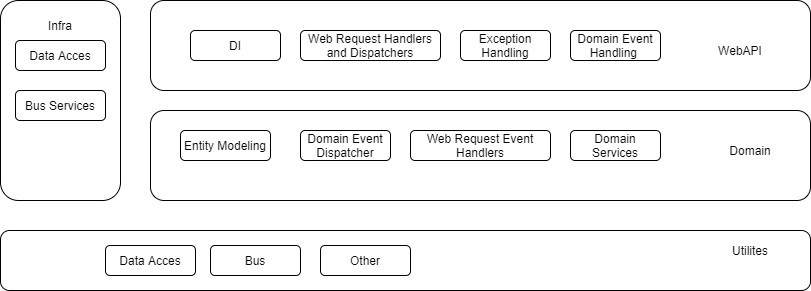
The draw.io diagram Solution Layers.png in mercadoeletronico/backend-challenge, before a commit. Source tidied: cells renumbered, new cells last; positions are measured from the earlier drawing's top-left corner, leaving out a move shared by most shapes. Its diagram source:
```xml
<mxGraphModel>
  <root>
    <mxCell id="0" />
    <mxCell id="1" parent="0" />
    <mxCell id="2" style="rounded=1;whiteSpace=wrap;html=1;" parent="1" vertex="1">
      <mxGeometry width="120" height="200" as="geometry" />
    </mxCell>
    <mxCell id="3" style="group;" parent="1" vertex="1">
      <mxGeometry x="150" width="660" height="90" as="geometry" />
    </mxCell>
    <mxCell id="4" style="rounded=1;whiteSpace=wrap;html=1;" parent="3" vertex="1">
      <mxGeometry width="660" height="90" as="geometry" />
    </mxCell>
    <mxCell id="5" value="WebAPI" style="text;html=1;strokeColor=none;fillColor=none;align=center;verticalAlign=middle;whiteSpace=wrap;rounded=0;" parent="3" vertex="1">
      <mxGeometry x="550" y="40" width="80" height="20" as="geometry" />
    </mxCell>
    <mxCell id="6" value="DI" style="rounded=1;whiteSpace=wrap;html=1;" parent="3" vertex="1">
      <mxGeometry x="40" y="30" width="90" height="30" as="geometry" />
    </mxCell>
    <mxCell id="7" value="Exception Handling" style="rounded=1;whiteSpace=wrap;html=1;" parent="3" vertex="1">
      <mxGeometry x="310" y="30" width="90" height="30" as="geometry" />
    </mxCell>
    <mxCell id="8" value="Web Request Handlers and Dispatchers" style="rounded=1;whiteSpace=wrap;html=1;" parent="3" vertex="1">
      <mxGeometry x="150" y="30" width="140" height="30" as="geometry" />
    </mxCell>
    <mxCell id="9" value="Domain Event Handling&amp;nbsp;" style="rounded=1;whiteSpace=wrap;html=1;" parent="3" vertex="1">
      <mxGeometry x="420" y="30" width="90" height="30" as="geometry" />
    </mxCell>
    <mxCell id="10" style="group;" parent="1" vertex="1">
      <mxGeometry x="150" y="110" width="660" height="90" as="geometry" />
    </mxCell>
    <mxCell id="11" style="rounded=1;whiteSpace=wrap;html=1;" parent="10" vertex="1">
      <mxGeometry width="660" height="90" as="geometry" />
    </mxCell>
    <mxCell id="12" value="Domain Event Dispatcher" style="rounded=1;whiteSpace=wrap;html=1;" parent="10" vertex="1">
      <mxGeometry x="150" y="20" width="90" height="30" as="geometry" />
    </mxCell>
    <mxCell id="13" value="Entity Modeling" style="rounded=1;whiteSpace=wrap;html=1;" parent="10" vertex="1">
      <mxGeometry x="30" y="20" width="90" height="30" as="geometry" />
    </mxCell>
    <mxCell id="14" value="Domain" style="text;html=1;strokeColor=none;fillColor=none;align=center;verticalAlign=middle;whiteSpace=wrap;rounded=0;" parent="10" vertex="1">
      <mxGeometry x="560" y="30" width="80" height="20" as="geometry" />
    </mxCell>
    <mxCell id="15" value="Web Request Event Handlers" style="rounded=1;whiteSpace=wrap;html=1;" parent="10" vertex="1">
      <mxGeometry x="260" y="20" width="140" height="30" as="geometry" />
    </mxCell>
    <mxCell id="16" value="Domain Services" style="rounded=1;whiteSpace=wrap;html=1;" parent="10" vertex="1">
      <mxGeometry x="420" y="20" width="90" height="30" as="geometry" />
    </mxCell>
    <mxCell id="17" value="Infra" style="text;html=1;strokeColor=none;fillColor=none;align=center;verticalAlign=middle;whiteSpace=wrap;rounded=0;" parent="1" vertex="1">
      <mxGeometry x="40" y="10" width="40" height="30" as="geometry" />
    </mxCell>
    <mxCell id="18" value="Data Acces" style="rounded=1;whiteSpace=wrap;html=1;" parent="1" vertex="1">
      <mxGeometry x="15" y="40" width="90" height="30" as="geometry" />
    </mxCell>
    <mxCell id="19" value="Bus Services" style="rounded=1;whiteSpace=wrap;html=1;" parent="1" vertex="1">
      <mxGeometry x="15" y="90" width="90" height="30" as="geometry" />
    </mxCell>
    <mxCell id="20" style="rounded=1;whiteSpace=wrap;html=1;" parent="1" vertex="1">
      <mxGeometry y="230" width="810" height="60" as="geometry" />
    </mxCell>
    <mxCell id="21" value="Data Acces" style="rounded=1;whiteSpace=wrap;html=1;" parent="1" vertex="1">
      <mxGeometry x="105" y="245" width="90" height="30" as="geometry" />
    </mxCell>
    <mxCell id="22" value="Utilites" style="text;html=1;strokeColor=none;fillColor=none;align=center;verticalAlign=middle;whiteSpace=wrap;rounded=0;" parent="1" vertex="1">
      <mxGeometry x="730" y="240" width="40" height="20" as="geometry" />
    </mxCell>
    <mxCell id="23" value="Bus" style="rounded=1;whiteSpace=wrap;html=1;" parent="1" vertex="1">
      <mxGeometry x="210" y="245" width="90" height="30" as="geometry" />
    </mxCell>
    <mxCell id="24" value="Other" style="rounded=1;whiteSpace=wrap;html=1;" parent="1" vertex="1">
      <mxGeometry x="320" y="245" width="90" height="30" as="geometry" />
    </mxCell>
  </root>
</mxGraphModel>
```
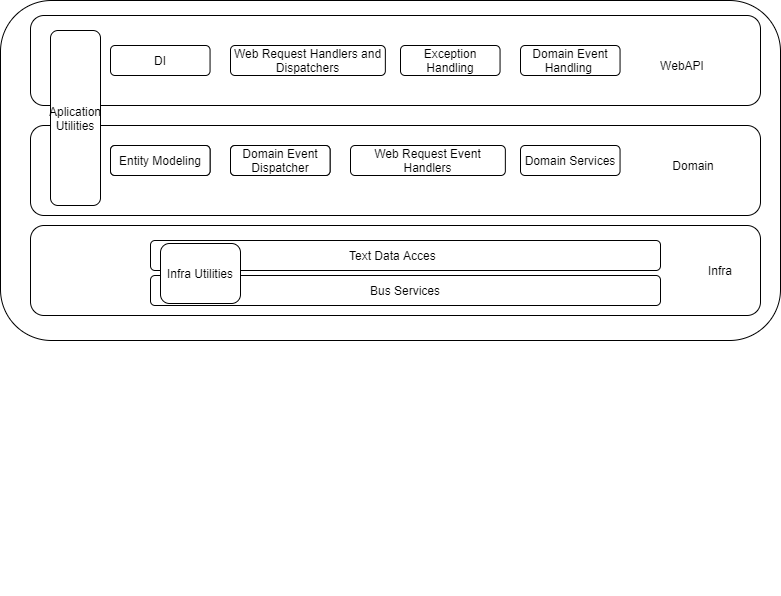
After the commit.

Commit message:
imagem de camadas atualizada

What changed in the source:
```diff
@@ -2,74 +2,83 @@
   <root>
     <mxCell id="0" />
     <mxCell id="1" parent="0" />
-    <mxCell id="2" style="rounded=1;whiteSpace=wrap;html=1;" parent="1" vertex="1">
-      <mxGeometry width="120" height="200" as="geometry" />
-    </mxCell>
+    <mxCell id="25" style="rounded=1;whiteSpace=wrap;html=1;" parent="1" vertex="1">
+      <mxGeometry x="50" y="-15" width="780" height="340" as="geometry" />
+    </mxCell>
+    <mxCell id="10" style="group;" parent="1" vertex="1">
+      <mxGeometry x="80" y="110" width="730" height="90" as="geometry" />
+    </mxCell>
+    <mxCell id="26" style="group;" parent="10" vertex="1">
+      <mxGeometry width="730" height="90" as="geometry" />
+    </mxCell>
+    <mxCell id="11" style="rounded=1;whiteSpace=wrap;html=1;" parent="26" vertex="1">
+      <mxGeometry width="730" height="90" as="geometry" />
+    </mxCell>
+    <mxCell id="12" value="Domain Event Dispatcher" style="rounded=1;whiteSpace=wrap;html=1;" parent="26" vertex="1">
+      <mxGeometry x="200" y="20" width="99.5" height="30" as="geometry" />
+    </mxCell>
+    <mxCell id="13" value="Entity Modeling" style="rounded=1;whiteSpace=wrap;html=1;" parent="26" vertex="1">
+      <mxGeometry x="80" y="20" width="99.5" height="30" as="geometry" />
+    </mxCell>
+    <mxCell id="14" value="Domain" style="text;html=1;strokeColor=none;fillColor=none;align=center;verticalAlign=middle;whiteSpace=wrap;rounded=0;" parent="26" vertex="1">
+      <mxGeometry x="619.4" y="30" width="88.5" height="20" as="geometry" />
+    </mxCell>
+    <mxCell id="15" value="Web Request Event Handlers" style="rounded=1;whiteSpace=wrap;html=1;" parent="26" vertex="1">
+      <mxGeometry x="320" y="20" width="154.8" height="30" as="geometry" />
+    </mxCell>
+    <mxCell id="16" value="Domain Services" style="rounded=1;whiteSpace=wrap;html=1;" parent="26" vertex="1">
+      <mxGeometry x="490" y="20" width="99.5" height="30" as="geometry" />
+    </mxCell>
+    <mxCell id="27" value="Entity Modeling" style="rounded=1;whiteSpace=wrap;html=1;" parent="26" vertex="1">
+      <mxGeometry x="80" y="20" width="99.5" height="30" as="geometry" />
+    </mxCell>
+    <mxCell id="28" value="Domain Event Dispatcher" style="rounded=1;whiteSpace=wrap;html=1;" parent="26" vertex="1">
+      <mxGeometry x="200" y="20" width="99.5" height="30" as="geometry" />
+    </mxCell>
     <mxCell id="3" style="group;" parent="1" vertex="1">
-      <mxGeometry x="150" width="660" height="90" as="geometry" />
+      <mxGeometry x="80" width="750" height="580" as="geometry" />
     </mxCell>
     <mxCell id="4" style="rounded=1;whiteSpace=wrap;html=1;" parent="3" vertex="1">
-      <mxGeometry width="660" height="90" as="geometry" />
+      <mxGeometry width="730" height="90" as="geometry" />
     </mxCell>
     <mxCell id="5" value="WebAPI" style="text;html=1;strokeColor=none;fillColor=none;align=center;verticalAlign=middle;whiteSpace=wrap;rounded=0;" parent="3" vertex="1">
-      <mxGeometry x="550" y="40" width="80" height="20" as="geometry" />
+      <mxGeometry x="608.3" y="40" width="88.5" height="20" as="geometry" />
     </mxCell>
     <mxCell id="6" value="DI" style="rounded=1;whiteSpace=wrap;html=1;" parent="3" vertex="1">
-      <mxGeometry x="40" y="30" width="90" height="30" as="geometry" />
+      <mxGeometry x="80" y="30" width="99.5" height="30" as="geometry" />
     </mxCell>
     <mxCell id="7" value="Exception Handling" style="rounded=1;whiteSpace=wrap;html=1;" parent="3" vertex="1">
-      <mxGeometry x="310" y="30" width="90" height="30" as="geometry" />
+      <mxGeometry x="370" y="30" width="99.5" height="30" as="geometry" />
     </mxCell>
     <mxCell id="8" value="Web Request Handlers and Dispatchers" style="rounded=1;whiteSpace=wrap;html=1;" parent="3" vertex="1">
-      <mxGeometry x="150" y="30" width="140" height="30" as="geometry" />
+      <mxGeometry x="200" y="30" width="154.8" height="30" as="geometry" />
     </mxCell>
     <mxCell id="9" value="Domain Event Handling&amp;nbsp;" style="rounded=1;whiteSpace=wrap;html=1;" parent="3" vertex="1">
-      <mxGeometry x="420" y="30" width="90" height="30" as="geometry" />
+      <mxGeometry x="490" y="30" width="99.5" height="30" as="geometry" />
     </mxCell>
-    <mxCell id="10" style="group;" parent="1" vertex="1">
-      <mxGeometry x="150" y="110" width="660" height="90" as="geometry" />
-    </mxCell>
-    <mxCell id="11" style="rounded=1;whiteSpace=wrap;html=1;" parent="10" vertex="1">
-      <mxGeometry width="660" height="90" as="geometry" />
-    </mxCell>
-    <mxCell id="12" value="Domain Event Dispatcher" style="rounded=1;whiteSpace=wrap;html=1;" parent="10" vertex="1">
-      <mxGeometry x="150" y="20" width="90" height="30" as="geometry" />
-    </mxCell>
-    <mxCell id="13" value="Entity Modeling" style="rounded=1;whiteSpace=wrap;html=1;" parent="10" vertex="1">
-      <mxGeometry x="30" y="20" width="90" height="30" as="geometry" />
-    </mxCell>
-    <mxCell id="14" value="Domain" style="text;html=1;strokeColor=none;fillColor=none;align=center;verticalAlign=middle;whiteSpace=wrap;rounded=0;" parent="10" vertex="1">
-      <mxGeometry x="560" y="30" width="80" height="20" as="geometry" />
-    </mxCell>
-    <mxCell id="15" value="Web Request Event Handlers" style="rounded=1;whiteSpace=wrap;html=1;" parent="10" vertex="1">
-      <mxGeometry x="260" y="20" width="140" height="30" as="geometry" />
-    </mxCell>
-    <mxCell id="16" value="Domain Services" style="rounded=1;whiteSpace=wrap;html=1;" parent="10" vertex="1">
-      <mxGeometry x="420" y="20" width="90" height="30" as="geometry" />
-    </mxCell>
+    <mxCell id="29" value="Utilities" style="text;html=1;strokeColor=none;fillColor=none;align=center;verticalAlign=middle;whiteSpace=wrap;rounded=0;" parent="3" vertex="1">
+      <mxGeometry x="25" y="20" width="40" height="20" as="geometry" />
+    </mxCell>
+    <mxCell id="30" value="Aplication&lt;br&gt;Utilities" style="rounded=1;whiteSpace=wrap;html=1;" parent="3" vertex="1">
+      <mxGeometry x="20" y="15" width="50" height="175" as="geometry" />
+    </mxCell>
+    <mxCell id="2" style="rounded=1;whiteSpace=wrap;html=1;" parent="1" vertex="1">
+      <mxGeometry x="80" y="210" width="730" height="90" as="geometry" />
+    </mxCell>
     <mxCell id="17" value="Infra" style="text;html=1;strokeColor=none;fillColor=none;align=center;verticalAlign=middle;whiteSpace=wrap;rounded=0;" parent="1" vertex="1">
-      <mxGeometry x="40" y="10" width="40" height="30" as="geometry" />
+      <mxGeometry x="750" y="240" width="40" height="30" as="geometry" />
     </mxCell>
     <mxCell id="18" value="Data Acces" style="rounded=1;whiteSpace=wrap;html=1;" parent="1" vertex="1">
-      <mxGeometry x="15" y="40" width="90" height="30" as="geometry" />
+      <mxGeometry x="200" y="225" width="510" height="30" as="geometry" />
     </mxCell>
     <mxCell id="19" value="Bus Services" style="rounded=1;whiteSpace=wrap;html=1;" parent="1" vertex="1">
-      <mxGeometry x="15" y="90" width="90" height="30" as="geometry" />
+      <mxGeometry x="200" y="260" width="510" height="30" as="geometry" />
     </mxCell>
-    <mxCell id="20" style="rounded=1;whiteSpace=wrap;html=1;" parent="1" vertex="1">
-      <mxGeometry y="230" width="810" height="60" as="geometry" />
-    </mxCell>
-    <mxCell id="21" value="Data Acces" style="rounded=1;whiteSpace=wrap;html=1;" parent="1" vertex="1">
-      <mxGeometry x="105" y="245" width="90" height="30" as="geometry" />
-    </mxCell>
-    <mxCell id="22" value="Utilites" style="text;html=1;strokeColor=none;fillColor=none;align=center;verticalAlign=middle;whiteSpace=wrap;rounded=0;" parent="1" vertex="1">
-      <mxGeometry x="730" y="240" width="40" height="20" as="geometry" />
-    </mxCell>
-    <mxCell id="23" value="Bus" style="rounded=1;whiteSpace=wrap;html=1;" parent="1" vertex="1">
-      <mxGeometry x="210" y="245" width="90" height="30" as="geometry" />
-    </mxCell>
-    <mxCell id="24" value="Other" style="rounded=1;whiteSpace=wrap;html=1;" parent="1" vertex="1">
-      <mxGeometry x="320" y="245" width="90" height="30" as="geometry" />
-    </mxCell>
+    <mxCell id="31" value="Infra Utilities" style="rounded=1;whiteSpace=wrap;html=1;" parent="1" vertex="1">
+      <mxGeometry x="210" y="228" width="80" height="60" as="geometry" />
+    </mxCell>
+    <mxCell id="32" value="Text" style="text;html=1;strokeColor=none;fillColor=none;align=center;verticalAlign=middle;whiteSpace=wrap;rounded=0;" parent="1" vertex="1">
+      <mxGeometry x="390" y="230" width="40" height="20" as="geometry" />
+    </mxCell>
   </root>
 </mxGraphModel>
```
